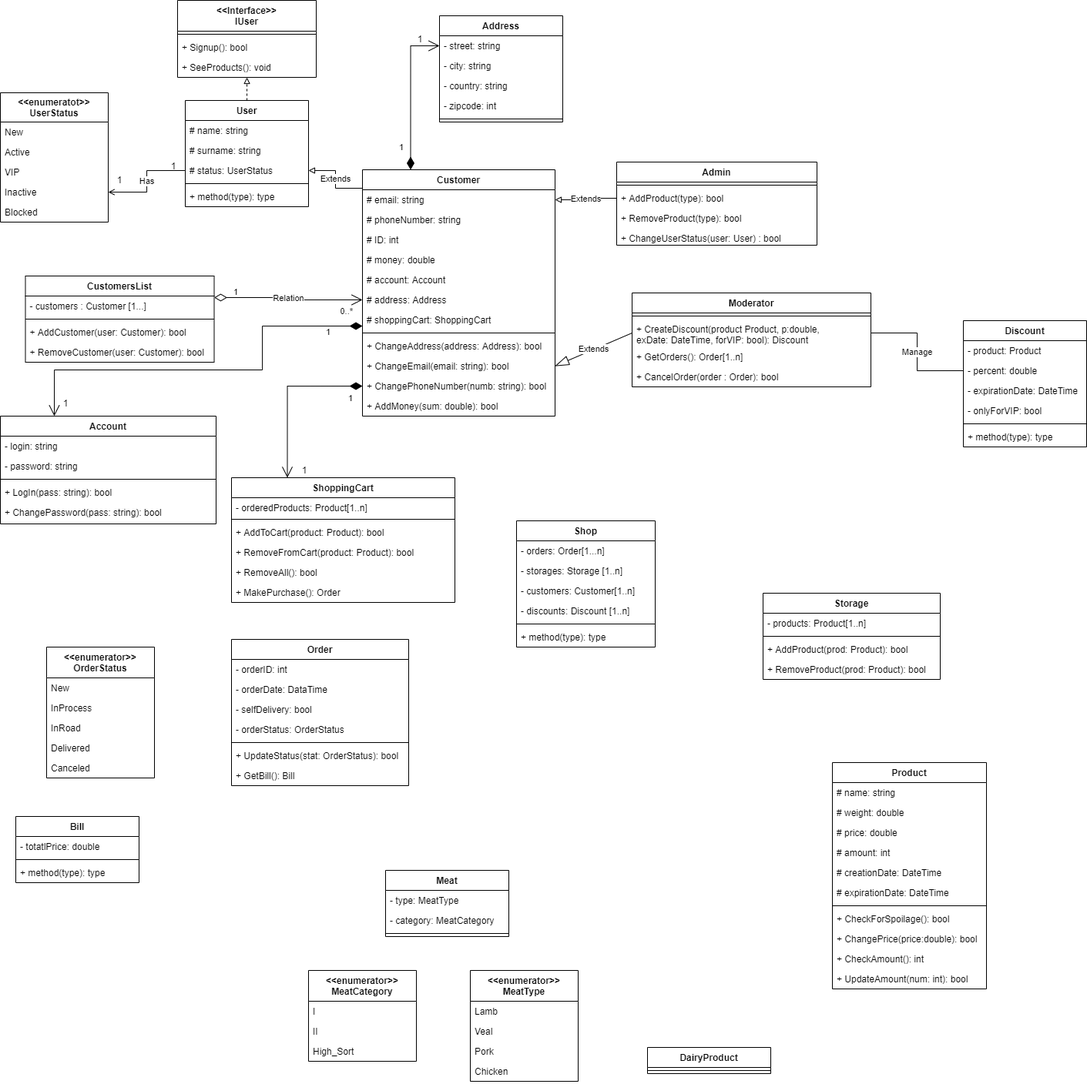
This is ShopConseptualUML.drawio.png from olh-msk/SigmaTask10, a draw.io export, as it was before one commit. Source tidied: cells renumbered, new cells last; positions are measured from the earlier drawing's top-left corner, leaving out a move shared by most shapes.
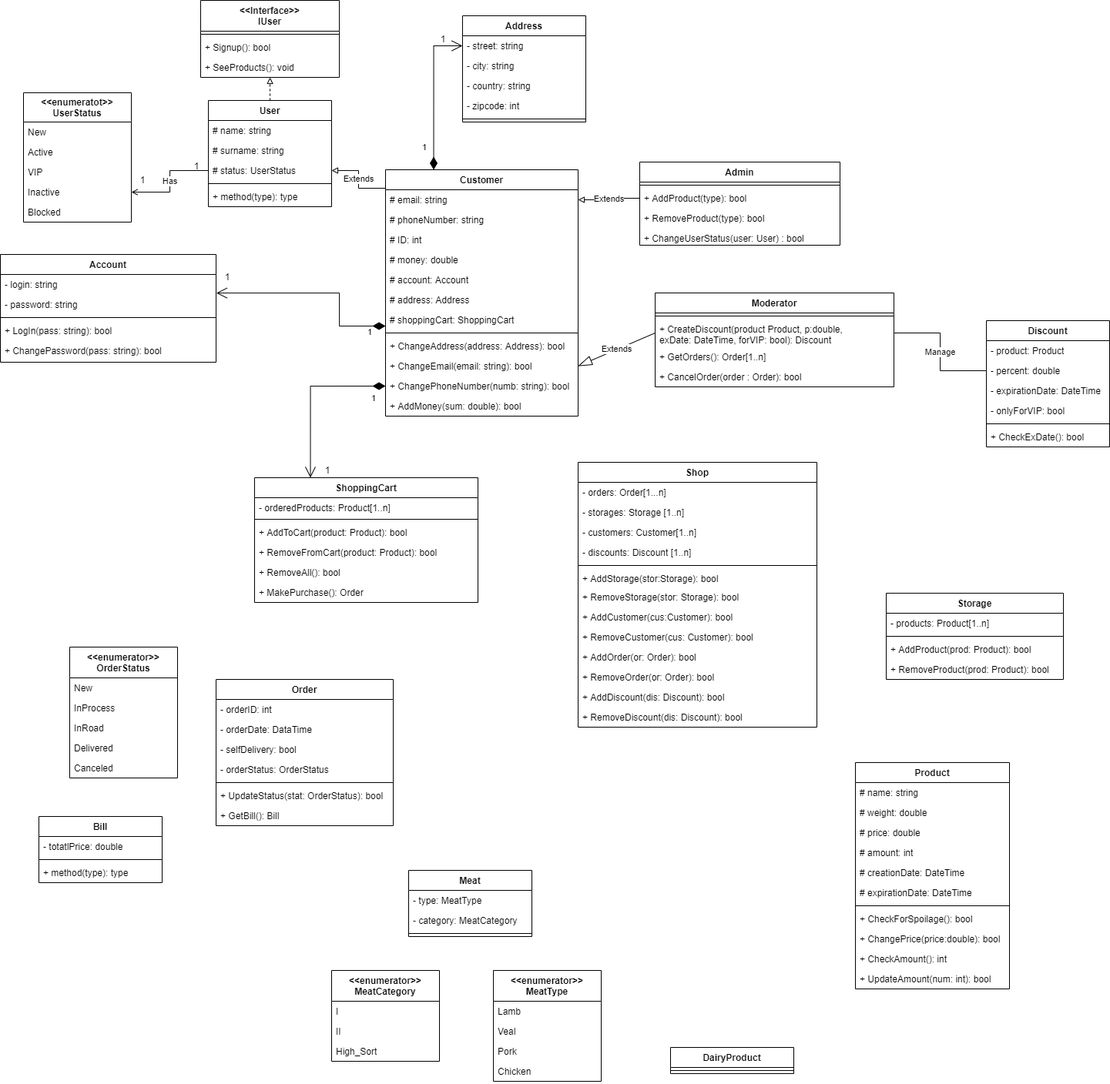
After the commit.

What changed in the source:
```diff
@@ -15,7 +15,7 @@
       <mxGeometry y="74" width="180" height="26" as="geometry" />
     </mxCell>
     <mxCell id="6" value="Storage" style="swimlane;fontStyle=1;align=center;verticalAlign=top;horizontal=1;startSize=26;" parent="1" vertex="1">
-      <mxGeometry x="990" y="770" width="230" height="112" as="geometry" />
+      <mxGeometry x="1120" y="770" width="230" height="112" as="geometry" />
     </mxCell>
     <mxCell id="7" value="- products: Product[1..n]" style="text;strokeColor=none;fillColor=none;align=left;verticalAlign=top;spacingLeft=4;spacingRight=4;overflow=hidden;" parent="6" vertex="1">
       <mxGeometry y="26" width="230" height="26" as="geometry" />
@@ -92,7 +92,7 @@
       <mxGeometry y="130" width="160" height="8" as="geometry" />
     </mxCell>
     <mxCell id="30" value="Account" style="swimlane;fontStyle=1;align=center;verticalAlign=top;horizontal=1;startSize=26;" parent="1" vertex="1">
-      <mxGeometry y="540" width="280" height="140" as="geometry" />
+      <mxGeometry x="-30" y="330" width="280" height="140" as="geometry" />
     </mxCell>
     <mxCell id="31" value="- login: string" style="text;strokeColor=none;fillColor=none;align=left;verticalAlign=top;spacingLeft=4;spacingRight=4;overflow=hidden;" parent="30" vertex="1">
       <mxGeometry y="26" width="280" height="26" as="geometry" />
@@ -199,34 +199,6 @@
     <mxCell id="65" value="Extends" style="edgeStyle=orthogonalEdgeStyle;rounded=0;jettySize=auto;html=1;exitX=0;exitY=0.5;exitDx=0;exitDy=0;entryX=1;entryY=0.5;entryDx=0;entryDy=0;endArrow=block;endFill=0;" parent="1" edge="1" source="13" target="38">
       <mxGeometry relative="1" as="geometry" />
     </mxCell>
-    <mxCell id="66" value="CustomersList" style="swimlane;fontStyle=1;align=center;verticalAlign=top;horizontal=1;startSize=26;" parent="1" vertex="1">
-      <mxGeometry x="32.5" y="358" width="245" height="112" as="geometry" />
-    </mxCell>
-    <mxCell id="67" value="- customers : Customer [1...]" style="text;strokeColor=none;fillColor=none;align=left;verticalAlign=top;spacingLeft=4;spacingRight=4;overflow=hidden;" parent="66" vertex="1">
-      <mxGeometry y="26" width="245" height="26" as="geometry" />
-    </mxCell>
-    <mxCell id="68" style="line;strokeWidth=1;fillColor=none;align=left;verticalAlign=middle;spacingTop=-1;spacingLeft=3;spacingRight=3;labelPosition=right;" parent="66" vertex="1">
-      <mxGeometry y="52" width="245" height="8" as="geometry" />
-    </mxCell>
-    <mxCell id="69" value="+ AddCustomer(user: Customer): bool" style="text;strokeColor=none;fillColor=none;align=left;verticalAlign=top;spacingLeft=4;spacingRight=4;overflow=hidden;" parent="66" vertex="1">
-      <mxGeometry y="60" width="245" height="26" as="geometry" />
-    </mxCell>
-    <mxCell id="70" value="+ RemoveCustomer(user: Customer): bool" style="text;strokeColor=none;fillColor=none;align=left;verticalAlign=top;spacingLeft=4;spacingRight=4;overflow=hidden;" parent="66" vertex="1">
-      <mxGeometry y="86" width="245" height="26" as="geometry" />
-    </mxCell>
-    <mxCell id="71" value="Relation" style="endArrow=open;html=1;endSize=12;startArrow=diamondThin;startSize=14;startFill=0;edgeStyle=orthogonalEdgeStyle;rounded=0;exitX=1;exitY=0.25;exitDx=0;exitDy=0;entryX=0;entryY=0.5;entryDx=0;entryDy=0;" parent="1" edge="1" source="66" target="43">
-      <mxGeometry relative="1" as="geometry" />
-    </mxCell>
-    <mxCell id="72" value="1" style="edgeLabel;html=1;align=left;verticalAlign=top;" parent="71" vertex="1">
-      <mxGeometry x="-1" relative="1" as="geometry">
-        <mxPoint x="23" y="-20" as="offset" />
-      </mxGeometry>
-    </mxCell>
-    <mxCell id="73" value="0..*" style="edgeLabel;html=1;align=right;verticalAlign=top;" parent="71" vertex="1">
-      <mxGeometry x="1" relative="1" as="geometry">
-        <mxPoint x="-12" y="2" as="offset" />
-      </mxGeometry>
-    </mxCell>
     <mxCell id="74" value="Moderator" style="swimlane;fontStyle=1;align=center;verticalAlign=top;horizontal=1;startSize=26;" parent="1" vertex="1">
       <mxGeometry x="820" y="380" width="310" height="122" as="geometry" />
     </mxCell>
@@ -242,18 +214,17 @@
     <mxCell id="78" value="+ CancelOrder(order : Order): bool" style="text;strokeColor=none;fillColor=none;align=left;verticalAlign=top;spacingLeft=4;spacingRight=4;overflow=hidden;" parent="74" vertex="1">
       <mxGeometry y="96" width="310" height="26" as="geometry" />
     </mxCell>
-    <mxCell id="79" value="1" style="endArrow=open;html=1;endSize=12;startArrow=diamondThin;startSize=14;startFill=1;edgeStyle=orthogonalEdgeStyle;align=left;verticalAlign=bottom;rounded=0;exitX=0;exitY=0.5;exitDx=0;exitDy=0;entryX=0.25;entryY=0;entryDx=0;entryDy=0;" parent="1" edge="1" target="30">
+    <mxCell id="79" value="1" style="endArrow=open;html=1;endSize=12;startArrow=diamondThin;startSize=14;startFill=1;edgeStyle=orthogonalEdgeStyle;align=left;verticalAlign=bottom;rounded=0;exitX=0;exitY=0.5;exitDx=0;exitDy=0;entryX=1.001;entryY=-0.072;entryDx=0;entryDy=0;entryPerimeter=0;" parent="1" edge="1" target="32">
       <mxGeometry x="-0.81" y="17" relative="1" as="geometry">
         <mxPoint x="470" y="423" as="sourcePoint" />
         <Array as="points">
-          <mxPoint x="340" y="423" />
-          <mxPoint x="340" y="480" />
-          <mxPoint x="70" y="480" />
+          <mxPoint x="410" y="423" />
+          <mxPoint x="410" y="380" />
         </Array>
       </mxGeometry>
     </mxCell>
     <mxCell id="80" value="1" style="text;html=1;strokeColor=none;fillColor=none;align=center;verticalAlign=middle;whiteSpace=wrap;rounded=0;" parent="1" vertex="1">
-      <mxGeometry x="70" y="518" width="30" height="10" as="geometry" />
+      <mxGeometry x="250" y="350" width="30" height="18" as="geometry" />
     </mxCell>
     <mxCell id="81" value="1" style="endArrow=open;html=1;endSize=12;startArrow=diamondThin;startSize=14;startFill=1;edgeStyle=orthogonalEdgeStyle;align=left;verticalAlign=bottom;rounded=0;exitX=0.25;exitY=0;exitDx=0;exitDy=0;entryX=0;entryY=0.5;entryDx=0;entryDy=0;" parent="1" edge="1" source="37" target="25">
       <mxGeometry x="-0.8" y="18" relative="1" as="geometry">
@@ -312,7 +283,7 @@
       <mxGeometry y="60" width="160" height="26" as="geometry" />
     </mxCell>
     <mxCell id="99" value="Order" style="swimlane;fontStyle=1;align=center;verticalAlign=top;horizontal=1;startSize=26;" parent="1" vertex="1">
-      <mxGeometry x="300" y="830" width="230" height="190" as="geometry" />
+      <mxGeometry x="250" y="882" width="230" height="190" as="geometry" />
     </mxCell>
     <mxCell id="100" value="- orderID: int" style="text;strokeColor=none;fillColor=none;align=left;verticalAlign=top;spacingLeft=4;spacingRight=4;overflow=hidden;" parent="99" vertex="1">
       <mxGeometry y="26" width="230" height="26" as="geometry" />
@@ -336,26 +307,47 @@
       <mxGeometry y="164" width="230" height="26" as="geometry" />
     </mxCell>
     <mxCell id="107" value="Shop" style="swimlane;fontStyle=1;align=center;verticalAlign=top;horizontal=1;startSize=26;" parent="1" vertex="1">
-      <mxGeometry x="670" y="676" width="180" height="164" as="geometry" />
+      <mxGeometry x="720" y="600" width="310" height="344" as="geometry" />
     </mxCell>
     <mxCell id="108" value="- orders: Order[1...n]" style="text;strokeColor=none;fillColor=none;align=left;verticalAlign=top;spacingLeft=4;spacingRight=4;overflow=hidden;" parent="107" vertex="1">
-      <mxGeometry y="26" width="180" height="26" as="geometry" />
+      <mxGeometry y="26" width="310" height="26" as="geometry" />
     </mxCell>
     <mxCell id="109" value="- storages: Storage [1..n]" style="text;strokeColor=none;fillColor=none;align=left;verticalAlign=top;spacingLeft=4;spacingRight=4;overflow=hidden;" parent="107" vertex="1">
-      <mxGeometry y="52" width="180" height="26" as="geometry" />
+      <mxGeometry y="52" width="310" height="26" as="geometry" />
     </mxCell>
     <mxCell id="110" value="- customers: Customer[1..n]" style="text;strokeColor=none;fillColor=none;align=left;verticalAlign=top;spacingLeft=4;spacingRight=4;overflow=hidden;" parent="107" vertex="1">
-      <mxGeometry y="78" width="180" height="26" as="geometry" />
+      <mxGeometry y="78" width="310" height="26" as="geometry" />
     </mxCell>
     <mxCell id="111" value="- discounts: Discount [1..n]" style="text;strokeColor=none;fillColor=none;align=left;verticalAlign=top;spacingLeft=4;spacingRight=4;overflow=hidden;" parent="107" vertex="1">
-      <mxGeometry y="104" width="180" height="26" as="geometry" />
+      <mxGeometry y="104" width="310" height="26" as="geometry" />
     </mxCell>
     <mxCell id="112" style="line;strokeWidth=1;fillColor=none;align=left;verticalAlign=middle;spacingTop=-1;spacingLeft=3;spacingRight=3;labelPosition=right;" parent="107" vertex="1">
-      <mxGeometry y="130" width="180" height="8" as="geometry" />
+      <mxGeometry y="130" width="310" height="8" as="geometry" />
     </mxCell>
-    <mxCell id="113" value="+ method(type): type" style="text;strokeColor=none;fillColor=none;align=left;verticalAlign=top;spacingLeft=4;spacingRight=4;overflow=hidden;" parent="107" vertex="1">
-      <mxGeometry y="138" width="180" height="26" as="geometry" />
+    <mxCell id="113" value="+ AddStorage(stor:Storage): bool" style="text;strokeColor=none;fillColor=none;align=left;verticalAlign=top;spacingLeft=4;spacingRight=4;overflow=hidden;" parent="107" vertex="1">
+      <mxGeometry y="138" width="310" height="24" as="geometry" />
     </mxCell>
+    <mxCell id="146" value="+ RemoveStorage(stor: Storage): bool" style="text;strokeColor=none;fillColor=none;align=left;verticalAlign=top;spacingLeft=4;spacingRight=4;overflow=hidden;" parent="107" vertex="1">
+      <mxGeometry y="162" width="310" height="26" as="geometry" />
+    </mxCell>
+    <mxCell id="147" value="+ AddCustomer(cus:Customer): bool" style="text;strokeColor=none;fillColor=none;align=left;verticalAlign=top;spacingLeft=4;spacingRight=4;overflow=hidden;" parent="107" vertex="1">
+      <mxGeometry y="188" width="310" height="26" as="geometry" />
+    </mxCell>
+    <mxCell id="148" value="+ RemoveCustomer(cus: Customer): bool" style="text;strokeColor=none;fillColor=none;align=left;verticalAlign=top;spacingLeft=4;spacingRight=4;overflow=hidden;" parent="107" vertex="1">
+      <mxGeometry y="214" width="310" height="26" as="geometry" />
+    </mxCell>
+    <mxCell id="149" value="+ AddOrder(or: Order): bool" style="text;strokeColor=none;fillColor=none;align=left;verticalAlign=top;spacingLeft=4;spacingRight=4;overflow=hidden;" parent="107" vertex="1">
+      <mxGeometry y="240" width="310" height="26" as="geometry" />
+    </mxCell>
+    <mxCell id="150" value="+ RemoveOrder(or: Order): bool" style="text;strokeColor=none;fillColor=none;align=left;verticalAlign=top;spacingLeft=4;spacingRight=4;overflow=hidden;" parent="107" vertex="1">
+      <mxGeometry y="266" width="310" height="26" as="geometry" />
+    </mxCell>
+    <mxCell id="151" value="+ AddDiscount(dis: Discount): bool" style="text;strokeColor=none;fillColor=none;align=left;verticalAlign=top;spacingLeft=4;spacingRight=4;overflow=hidden;" parent="107" vertex="1">
+      <mxGeometry y="292" width="310" height="26" as="geometry" />
+    </mxCell>
+    <mxCell id="152" value="+ RemoveDiscount(dis: Discount): bool" style="text;strokeColor=none;fillColor=none;align=left;verticalAlign=top;spacingLeft=4;spacingRight=4;overflow=hidden;" parent="107" vertex="1">
+      <mxGeometry y="318" width="310" height="26" as="geometry" />
+    </mxCell>
     <mxCell id="114" value="Extends" style="endArrow=blockThin;endSize=16;endFill=0;html=1;rounded=0;entryX=1;entryY=0.5;entryDx=0;entryDy=0;exitX=0;exitY=0.5;exitDx=0;exitDy=0;" parent="1" edge="1" source="76" target="47">
       <mxGeometry relative="1" as="geometry" />
     </mxCell>
@@ -377,7 +369,7 @@
     <mxCell id="120" style="line;strokeWidth=1;fillColor=none;align=left;verticalAlign=middle;spacingTop=-1;spacingLeft=3;spacingRight=3;labelPosition=right;" parent="115" vertex="1">
       <mxGeometry y="130" width="160" height="8" as="geometry" />
     </mxCell>
-    <mxCell id="121" value="+ method(type): type" style="text;strokeColor=none;fillColor=none;align=left;verticalAlign=top;spacingLeft=4;spacingRight=4;overflow=hidden;" parent="115" vertex="1">
+    <mxCell id="121" value="+ CheckExDate(): bool" style="text;strokeColor=none;fillColor=none;align=left;verticalAlign=top;spacingLeft=4;spacingRight=4;overflow=hidden;" parent="115" vertex="1">
       <mxGeometry y="138" width="160" height="26" as="geometry" />
     </mxCell>
     <mxCell id="122" value="&lt;&lt;enumerator&gt;&gt;&#10;OrderStatus" style="swimlane;fontStyle=1;horizontal=1;startSize=40;fillColor=none;" parent="1" vertex="1">
```
